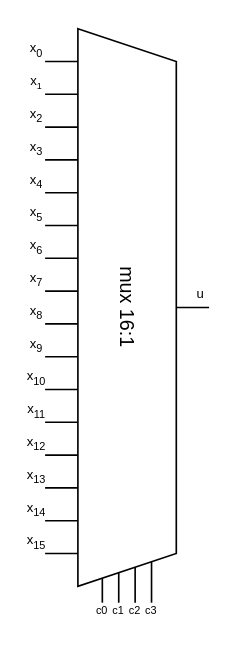
Above: drw/mux_16-1.drawio in antsiri/Elaborato_di_Architettura_dei_Sistemi_Digitali (draw.io), before the change. Source tidied: cells renumbered, new cells numbered last; positions are measured from the earlier drawing's top-left corner, leaving out a move shared by most shapes. Both pictures are drawn from the tidied source at 164%, with x=0, y=0 at pixel (-153, 44).
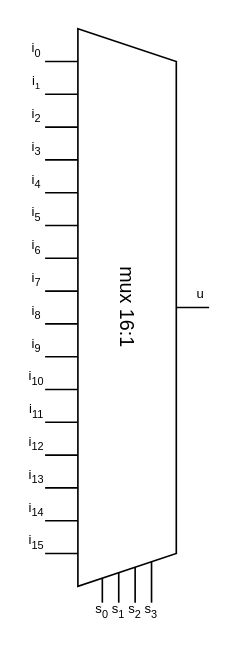
The same diagram, later.

Change to the diagram source:
```diff
@@
-    <mxCell id="24" value="&lt;font style=&quot;font-size: 8px;&quot;&gt;x&lt;sub&gt;0&lt;/sub&gt;&lt;/font&gt;" style="text;html=1;align=center;verticalAlign=middle;whiteSpace=wrap;rounded=0;" parent="1" vertex="1">
+    <mxCell id="24" value="&lt;span style=&quot;font-size: 8px;&quot;&gt;i&lt;sub&gt;0&lt;/sub&gt;&lt;/span&gt;" style="text;html=1;align=center;verticalAlign=middle;whiteSpace=wrap;rounded=0;" parent="1" vertex="1">
       <mxGeometry x="110" width="10" as="geometry" />
     </mxCell>
-    <mxCell id="25" value="&lt;font style=&quot;font-size: 8px;&quot;&gt;x&lt;/font&gt;&lt;font style=&quot;font-size: 6.66667px;&quot;&gt;&lt;sub&gt;1&lt;/sub&gt;&lt;/font&gt;" style="text;html=1;align=center;verticalAlign=middle;whiteSpace=wrap;rounded=0;" parent="1" vertex="1">
+    <mxCell id="25" value="&lt;font style=&quot;font-size: 8px;&quot;&gt;i&lt;/font&gt;&lt;font style=&quot;font-size: 6.66667px;&quot;&gt;&lt;sub&gt;1&lt;/sub&gt;&lt;/font&gt;" style="text;html=1;align=center;verticalAlign=middle;whiteSpace=wrap;rounded=0;" parent="1" vertex="1">
       <mxGeometry x="110" y="20" width="10" as="geometry" />
     </mxCell>
-    <mxCell id="26" value="&lt;font style=&quot;font-size: 8px;&quot;&gt;x&lt;sub&gt;2&lt;/sub&gt;&lt;/font&gt;" style="text;html=1;align=center;verticalAlign=middle;whiteSpace=wrap;rounded=0;" parent="1" vertex="1">
+    <mxCell id="26" value="&lt;font style=&quot;font-size: 8px;&quot;&gt;i&lt;sub&gt;2&lt;/sub&gt;&lt;/font&gt;" style="text;html=1;align=center;verticalAlign=middle;whiteSpace=wrap;rounded=0;" parent="1" vertex="1">
       <mxGeometry x="110" y="40" width="10" as="geometry" />
     </mxCell>
-    <mxCell id="27" value="&lt;font style=&quot;font-size: 8px;&quot;&gt;x&lt;sub&gt;3&lt;/sub&gt;&lt;/font&gt;" style="text;html=1;align=center;verticalAlign=middle;whiteSpace=wrap;rounded=0;" parent="1" vertex="1">
+    <mxCell id="27" value="&lt;font style=&quot;font-size: 8px;&quot;&gt;i&lt;sub&gt;3&lt;/sub&gt;&lt;/font&gt;" style="text;html=1;align=center;verticalAlign=middle;whiteSpace=wrap;rounded=0;" parent="1" vertex="1">
       <mxGeometry x="110" y="60" width="10" as="geometry" />
     </mxCell>
-    <mxCell id="28" value="&lt;font style=&quot;font-size: 8px;&quot;&gt;x&lt;sub&gt;4&lt;/sub&gt;&lt;/font&gt;" style="text;html=1;align=center;verticalAlign=middle;whiteSpace=wrap;rounded=0;" parent="1" vertex="1">
+    <mxCell id="28" value="&lt;font style=&quot;font-size: 8px;&quot;&gt;i&lt;sub&gt;4&lt;/sub&gt;&lt;/font&gt;" style="text;html=1;align=center;verticalAlign=middle;whiteSpace=wrap;rounded=0;" parent="1" vertex="1">
       <mxGeometry x="110" y="80" width="10" as="geometry" />
     </mxCell>
-    <mxCell id="29" value="&lt;font style=&quot;font-size: 8px;&quot;&gt;x&lt;sub&gt;5&lt;/sub&gt;&lt;/font&gt;" style="text;html=1;align=center;verticalAlign=middle;whiteSpace=wrap;rounded=0;" parent="1" vertex="1">
+    <mxCell id="29" value="&lt;font style=&quot;font-size: 8px;&quot;&gt;i&lt;sub&gt;5&lt;/sub&gt;&lt;/font&gt;" style="text;html=1;align=center;verticalAlign=middle;whiteSpace=wrap;rounded=0;" parent="1" vertex="1">
       <mxGeometry x="110" y="100" width="10" as="geometry" />
     </mxCell>
-    <mxCell id="30" value="&lt;font style=&quot;font-size: 8px;&quot;&gt;x&lt;sub&gt;6&lt;/sub&gt;&lt;/font&gt;" style="text;html=1;align=center;verticalAlign=middle;whiteSpace=wrap;rounded=0;" parent="1" vertex="1">
+    <mxCell id="30" value="&lt;font style=&quot;font-size: 8px;&quot;&gt;i&lt;sub&gt;6&lt;/sub&gt;&lt;/font&gt;" style="text;html=1;align=center;verticalAlign=middle;whiteSpace=wrap;rounded=0;" parent="1" vertex="1">
       <mxGeometry x="110" y="120" width="10" as="geometry" />
     </mxCell>
-    <mxCell id="31" value="&lt;font style=&quot;font-size: 8px;&quot;&gt;x&lt;sub&gt;7&lt;/sub&gt;&lt;/font&gt;" style="text;html=1;align=center;verticalAlign=middle;whiteSpace=wrap;rounded=0;" parent="1" vertex="1">
+    <mxCell id="31" value="&lt;font style=&quot;font-size: 8px;&quot;&gt;i&lt;sub&gt;7&lt;/sub&gt;&lt;/font&gt;" style="text;html=1;align=center;verticalAlign=middle;whiteSpace=wrap;rounded=0;" parent="1" vertex="1">
       <mxGeometry x="110" y="140" width="10" as="geometry" />
     </mxCell>
-    <mxCell id="32" value="&lt;font style=&quot;font-size: 8px;&quot;&gt;x&lt;sub&gt;8&lt;/sub&gt;&lt;/font&gt;" style="text;html=1;align=center;verticalAlign=middle;whiteSpace=wrap;rounded=0;" parent="1" vertex="1">
+    <mxCell id="32" value="&lt;font style=&quot;font-size: 8px;&quot;&gt;i&lt;sub&gt;8&lt;/sub&gt;&lt;/font&gt;" style="text;html=1;align=center;verticalAlign=middle;whiteSpace=wrap;rounded=0;" parent="1" vertex="1">
       <mxGeometry x="110" y="160" width="10" as="geometry" />
     </mxCell>
-    <mxCell id="33" value="&lt;font style=&quot;font-size: 8px;&quot;&gt;x&lt;sub&gt;9&lt;/sub&gt;&lt;/font&gt;" style="text;html=1;align=center;verticalAlign=middle;whiteSpace=wrap;rounded=0;" parent="1" vertex="1">
+    <mxCell id="33" value="&lt;font style=&quot;font-size: 8px;&quot;&gt;i&lt;sub&gt;9&lt;/sub&gt;&lt;/font&gt;" style="text;html=1;align=center;verticalAlign=middle;whiteSpace=wrap;rounded=0;" parent="1" vertex="1">
       <mxGeometry x="110" y="180" width="10" as="geometry" />
     </mxCell>
-    <mxCell id="34" value="&lt;font style=&quot;font-size: 8px;&quot;&gt;x&lt;sub&gt;10&lt;/sub&gt;&lt;/font&gt;" style="text;html=1;align=center;verticalAlign=middle;whiteSpace=wrap;rounded=0;" parent="1" vertex="1">
+    <mxCell id="34" value="&lt;font style=&quot;font-size: 8px;&quot;&gt;i&lt;sub&gt;10&lt;/sub&gt;&lt;/font&gt;" style="text;html=1;align=center;verticalAlign=middle;whiteSpace=wrap;rounded=0;" parent="1" vertex="1">
       <mxGeometry x="110" y="200" width="10" as="geometry" />
     </mxCell>
-    <mxCell id="35" value="&lt;font style=&quot;font-size: 8px;&quot;&gt;x&lt;sub&gt;11&lt;/sub&gt;&lt;/font&gt;" style="text;html=1;align=center;verticalAlign=middle;whiteSpace=wrap;rounded=0;" parent="1" vertex="1">
+    <mxCell id="35" value="&lt;font style=&quot;font-size: 8px;&quot;&gt;i&lt;sub&gt;11&lt;/sub&gt;&lt;/font&gt;" style="text;html=1;align=center;verticalAlign=middle;whiteSpace=wrap;rounded=0;" parent="1" vertex="1">
       <mxGeometry x="110" y="220" width="10" as="geometry" />
     </mxCell>
-    <mxCell id="36" value="&lt;font style=&quot;font-size: 8px;&quot;&gt;x&lt;sub&gt;12&lt;/sub&gt;&lt;/font&gt;" style="text;html=1;align=center;verticalAlign=middle;whiteSpace=wrap;rounded=0;" parent="1" vertex="1">
+    <mxCell id="36" value="&lt;font style=&quot;font-size: 8px;&quot;&gt;i&lt;sub&gt;12&lt;/sub&gt;&lt;/font&gt;" style="text;html=1;align=center;verticalAlign=middle;whiteSpace=wrap;rounded=0;" parent="1" vertex="1">
       <mxGeometry x="110" y="240" width="10" as="geometry" />
     </mxCell>
-    <mxCell id="37" value="&lt;font style=&quot;font-size: 8px;&quot;&gt;x&lt;sub&gt;13&lt;/sub&gt;&lt;/font&gt;" style="text;html=1;align=center;verticalAlign=middle;whiteSpace=wrap;rounded=0;" parent="1" vertex="1">
+    <mxCell id="37" value="&lt;font style=&quot;font-size: 8px;&quot;&gt;i&lt;sub&gt;13&lt;/sub&gt;&lt;/font&gt;" style="text;html=1;align=center;verticalAlign=middle;whiteSpace=wrap;rounded=0;" parent="1" vertex="1">
       <mxGeometry x="110" y="260" width="10" as="geometry" />
     </mxCell>
-    <mxCell id="38" value="&lt;font style=&quot;font-size: 8px;&quot;&gt;x&lt;sub&gt;14&lt;/sub&gt;&lt;/font&gt;" style="text;html=1;align=center;verticalAlign=middle;whiteSpace=wrap;rounded=0;" parent="1" vertex="1">
+    <mxCell id="38" value="&lt;font style=&quot;font-size: 8px;&quot;&gt;i&lt;sub&gt;14&lt;/sub&gt;&lt;/font&gt;" style="text;html=1;align=center;verticalAlign=middle;whiteSpace=wrap;rounded=0;" parent="1" vertex="1">
       <mxGeometry x="110" y="280" width="10" as="geometry" />
     </mxCell>
-    <mxCell id="39" value="&lt;font style=&quot;font-size: 8px;&quot;&gt;x&lt;sub&gt;15&lt;/sub&gt;&lt;/font&gt;" style="text;html=1;align=center;verticalAlign=middle;whiteSpace=wrap;rounded=0;" parent="1" vertex="1">
+    <mxCell id="39" value="&lt;font style=&quot;font-size: 8px;&quot;&gt;i&lt;sub&gt;15&lt;/sub&gt;&lt;/font&gt;" style="text;html=1;align=center;verticalAlign=middle;whiteSpace=wrap;rounded=0;" parent="1" vertex="1">
       <mxGeometry x="110" y="300" width="10" as="geometry" />
     </mxCell>
@@
-    <mxCell id="41" value="&lt;font style=&quot;&quot;&gt;&lt;span style=&quot;font-size: 8px;&quot;&gt;&lt;sub&gt;c0&lt;/sub&gt;&lt;/span&gt;&lt;/font&gt;" style="text;html=1;align=center;verticalAlign=middle;whiteSpace=wrap;rounded=0;" parent="1" vertex="1">
-      <mxGeometry x="150" y="340" width="10" as="geometry" />
-    </mxCell>
-    <mxCell id="42" value="&lt;font style=&quot;&quot;&gt;&lt;span style=&quot;font-size: 8px;&quot;&gt;&lt;sub&gt;c1&lt;/sub&gt;&lt;/span&gt;&lt;/font&gt;" style="text;html=1;align=center;verticalAlign=middle;whiteSpace=wrap;rounded=0;" parent="1" vertex="1">
-      <mxGeometry x="160" y="340" width="10" as="geometry" />
-    </mxCell>
-    <mxCell id="43" value="&lt;font style=&quot;&quot;&gt;&lt;span style=&quot;font-size: 8px;&quot;&gt;&lt;sub&gt;c2&lt;/sub&gt;&lt;/span&gt;&lt;/font&gt;" style="text;html=1;align=center;verticalAlign=middle;whiteSpace=wrap;rounded=0;" parent="1" vertex="1">
-      <mxGeometry x="170" y="340" width="10" as="geometry" />
-    </mxCell>
-    <mxCell id="44" value="&lt;font style=&quot;&quot;&gt;&lt;span style=&quot;font-size: 8px;&quot;&gt;&lt;sub&gt;c3&lt;/sub&gt;&lt;/span&gt;&lt;/font&gt;" style="text;html=1;align=center;verticalAlign=middle;whiteSpace=wrap;rounded=0;" parent="1" vertex="1">
-      <mxGeometry x="180" y="340" width="10" as="geometry" />
-    </mxCell>
+    <mxCell id="45" value="&lt;div&gt;&lt;span style=&quot;font-size: 8px;&quot;&gt;&lt;br&gt;&lt;/span&gt;&lt;/div&gt;&lt;span style=&quot;font-size: 8px;&quot;&gt;&lt;div&gt;&lt;span style=&quot;font-size: 8px;&quot;&gt;&lt;br&gt;&lt;/span&gt;&lt;/div&gt;s&lt;sub&gt;0&lt;/sub&gt;&lt;/span&gt;" style="text;html=1;align=center;verticalAlign=middle;whiteSpace=wrap;rounded=0;" parent="1" vertex="1">
+      <mxGeometry x="150" y="330" width="10" as="geometry" />
+    </mxCell>
+    <mxCell id="46" value="&lt;div&gt;&lt;span style=&quot;font-size: 8px;&quot;&gt;&lt;br&gt;&lt;/span&gt;&lt;/div&gt;&lt;span style=&quot;font-size: 8px;&quot;&gt;&lt;div&gt;&lt;span style=&quot;font-size: 8px;&quot;&gt;&lt;br&gt;&lt;/span&gt;&lt;/div&gt;s&lt;sub&gt;1&lt;/sub&gt;&lt;/span&gt;" style="text;html=1;align=center;verticalAlign=middle;whiteSpace=wrap;rounded=0;" parent="1" vertex="1">
+      <mxGeometry x="160" y="330" width="10" as="geometry" />
+    </mxCell>
+    <mxCell id="47" value="&lt;div&gt;&lt;span style=&quot;font-size: 8px;&quot;&gt;&lt;br&gt;&lt;/span&gt;&lt;/div&gt;&lt;span style=&quot;font-size: 8px;&quot;&gt;&lt;div&gt;&lt;span style=&quot;font-size: 8px;&quot;&gt;&lt;br&gt;&lt;/span&gt;&lt;/div&gt;s&lt;sub&gt;2&lt;/sub&gt;&lt;/span&gt;" style="text;html=1;align=center;verticalAlign=middle;whiteSpace=wrap;rounded=0;" parent="1" vertex="1">
+      <mxGeometry x="170" y="330" width="10" as="geometry" />
+    </mxCell>
+    <mxCell id="48" value="&lt;div&gt;&lt;span style=&quot;font-size: 8px;&quot;&gt;&lt;br&gt;&lt;/span&gt;&lt;/div&gt;&lt;span style=&quot;font-size: 8px;&quot;&gt;&lt;div&gt;&lt;span style=&quot;font-size: 8px;&quot;&gt;&lt;br&gt;&lt;/span&gt;&lt;/div&gt;s&lt;sub&gt;3&lt;/sub&gt;&lt;/span&gt;" style="text;html=1;align=center;verticalAlign=middle;whiteSpace=wrap;rounded=0;" parent="1" vertex="1">
+      <mxGeometry x="180" y="330" width="10" as="geometry" />
+    </mxCell>
```
